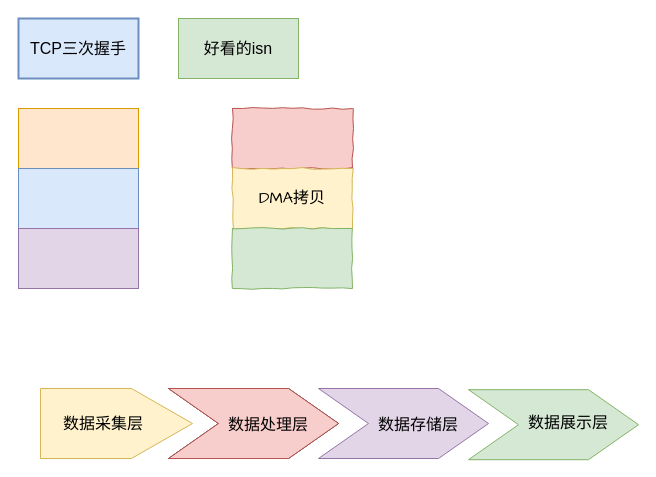
Kelsey1998/picture keeps this draw.io diagram as Untitled Diagram.drawio. Above is the earlier version. Source tidied: cells renumbered, new cells numbered last; positions are measured from the earlier drawing's top-left corner, leaving out a move shared by most shapes. Both pictures are drawn from the tidied source at 100%, with x=0, y=0 at pixel (18, 18).
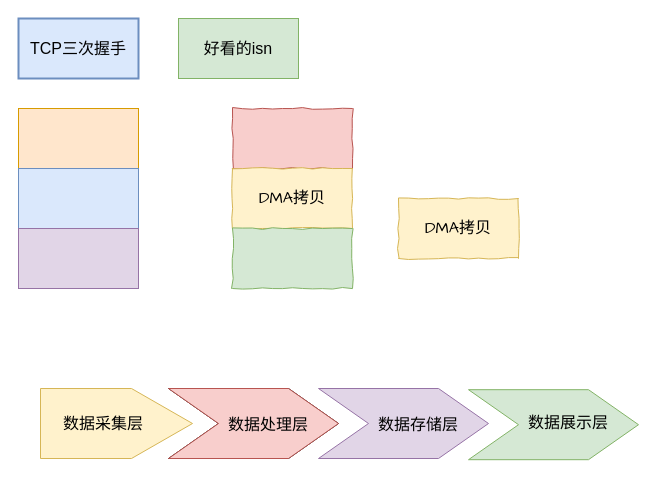
Above is the later version.

Change to the diagram source:
```diff
@@
+    <mxCell id="20" value="&lt;p&gt;&lt;font style=&quot;font-size: 16px&quot; face=&quot;Comic Sans MS&quot;&gt;DMA拷贝&lt;/font&gt;&lt;/p&gt;" style="whiteSpace=wrap;html=1;fillColor=#fff2cc;strokeColor=#d6b656;shadow=0;fontFamily=Helvetica;comic=1;" parent="1" vertex="1">
+      <mxGeometry x="380" y="180" width="120" height="60" as="geometry" />
+    </mxCell>
```
